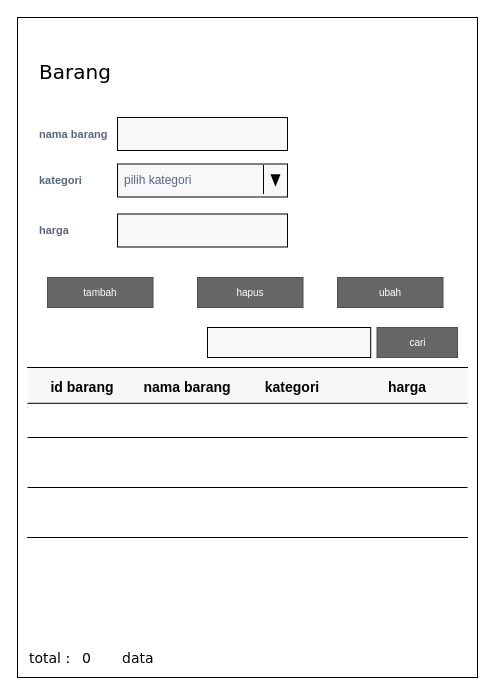
The draw.io diagram diagram/rancangan_layar/master_barang.drawio in mqnoy/kakapeh, before the edit. Source tidied: cells renumbered, new cells numbered last; positions are measured from the earlier drawing's top-left corner, leaving out a move shared by most shapes. Both pictures are drawn from the tidied source at 100%, with x=0, y=0 at pixel (17, 17).
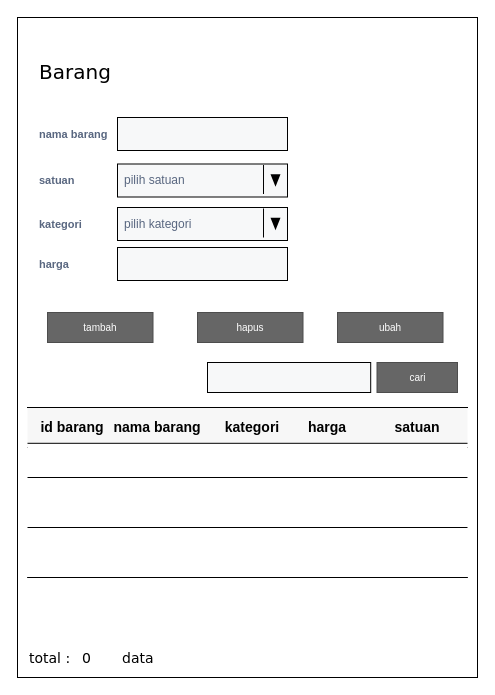
The same diagram, later.

Unchanged cells that the change refers to:
```xml
<mxCell id="5" style="html=1;shadow=0;dashed=0;shape=mxgraph.bootstrap.horLines;strokeColor=inherit;fillColor=#000000;fillOpacity=3;" parent="4" vertex="1">
  <mxGeometry width="440" height="40" relative="1" as="geometry" />
</mxCell>
```

The edit, as a diff of the source:
```diff
@@
     <mxCell id="4" style="shape=partialRectangle;right=0;left=0;strokeColor=#000000;fillColor=#ffffff;whiteSpace=wrap;" parent="1" vertex="1">
-      <mxGeometry x="10" y="350" width="440" height="170" as="geometry" />
+      <mxGeometry x="10" y="390" width="440" height="170" as="geometry" />
     </mxCell>
@@
     <mxCell id="6" value="id barang" style="html=1;shadow=0;dashed=0;shape=mxgraph.bootstrap.rect;strokeColor=none;fillColor=none;fontSize=14;fontStyle=1;align=center;whiteSpace=wrap;" parent="5" vertex="1">
-      <mxGeometry width="90" height="40" relative="1" as="geometry">
+      <mxGeometry width="70" height="40" relative="1" as="geometry">
         <mxPoint x="10" as="offset" />
       </mxGeometry>
     </mxCell>
     <mxCell id="7" value="nama barang" style="html=1;shadow=0;dashed=0;shape=mxgraph.bootstrap.rect;strokeColor=none;fillColor=none;fontSize=14;fontStyle=1;align=center;whiteSpace=wrap;" parent="5" vertex="1">
       <mxGeometry width="100" height="40" relative="1" as="geometry">
-        <mxPoint x="110" as="offset" />
+        <mxPoint x="80" as="offset" />
       </mxGeometry>
     </mxCell>
     <mxCell id="8" value="kategori" style="html=1;shadow=0;dashed=0;shape=mxgraph.bootstrap.rect;strokeColor=none;fillColor=none;fontSize=14;fontStyle=1;align=center;whiteSpace=wrap;" parent="5" vertex="1">
       <mxGeometry width="90" height="40" relative="1" as="geometry">
-        <mxPoint x="220" as="offset" />
+        <mxPoint x="180" as="offset" />
       </mxGeometry>
     </mxCell>
     <mxCell id="9" value="harga" style="html=1;shadow=0;dashed=0;shape=mxgraph.bootstrap.rect;strokeColor=none;fillColor=none;fontSize=14;fontStyle=1;align=center;whiteSpace=wrap;" parent="5" vertex="1">
-      <mxGeometry width="120" height="40" relative="1" as="geometry">
-        <mxPoint x="320" as="offset" />
+      <mxGeometry width="80" height="40" relative="1" as="geometry">
+        <mxPoint x="260" as="offset" />
       </mxGeometry>
     </mxCell>
+    <mxCell id="33" value="satuan" style="html=1;shadow=0;dashed=0;shape=mxgraph.bootstrap.rect;strokeColor=none;fillColor=none;fontSize=14;fontStyle=1;align=center;whiteSpace=wrap;" parent="5" vertex="1">
+      <mxGeometry width="100" height="40" relative="1" as="geometry">
+        <mxPoint x="340" as="offset" />
+      </mxGeometry>
+    </mxCell>
@@
     <mxCell id="15" style="group;" parent="1" vertex="1">
-      <mxGeometry x="20" y="196.5" width="250" height="33" as="geometry" />
+      <mxGeometry x="20" y="230" width="250" height="33" as="geometry" />
     </mxCell>
@@
-    <mxCell id="18" value="kategori" style="fillColor=none;strokeColor=none;html=1;fontSize=11;fontStyle=0;align=left;fontColor=#596780;fontStyle=1;fontSize=11;comic=0;" parent="1" vertex="1">
-      <mxGeometry x="20" y="153" width="70" height="20" as="geometry" />
-    </mxCell>
-    <mxCell id="19" style="group;" parent="1" vertex="1">
-      <mxGeometry x="100" y="146.5" width="170" height="33" as="geometry" />
-    </mxCell>
-    <mxCell id="20" value="pilih kategori" style="rounded=0;arcSize=9;fillColor=#F7F8F9;align=left;spacingLeft=5;strokeColor=#000000;html=1;strokeWidth=1;fontColor=#596780;fontSize=12;comic=0;" parent="19" vertex="1">
-      <mxGeometry width="170" height="33" as="geometry" />
-    </mxCell>
-    <mxCell id="21" style="shape=triangle;direction=south;strokeColor=none;fillColor=#000000;" parent="19" vertex="1">
-      <mxGeometry x="153" y="10.2" width="10" height="12.5" as="geometry">
-        <mxPoint x="-25" y="-2.5" as="offset" />
-      </mxGeometry>
-    </mxCell>
-    <mxCell id="22" style="endArrow=none;html=1;entryX=0.859;entryY=0.03;entryDx=0;entryDy=0;entryPerimeter=0;" parent="19" edge="1" target="20">
-      <mxGeometry relative="1" as="geometry">
-        <mxPoint x="146" y="30" as="sourcePoint" />
-      </mxGeometry>
-    </mxCell>
     <mxCell id="23" value="tambah" style="rounded=0;html=1;shadow=0;dashed=0;whiteSpace=wrap;fontSize=10;fillColor=#666666;align=center;strokeColor=#4D4D4D;fontColor=#ffffff;comic=0;" parent="1" vertex="1">
-      <mxGeometry x="30" y="260" width="105.5" height="30" as="geometry" />
+      <mxGeometry x="30" y="295" width="105.5" height="30" as="geometry" />
     </mxCell>
     <mxCell id="24" value="hapus" style="rounded=0;html=1;shadow=0;dashed=0;whiteSpace=wrap;fontSize=10;fillColor=#666666;align=center;strokeColor=#4D4D4D;fontColor=#ffffff;comic=0;" parent="1" vertex="1">
-      <mxGeometry x="180" y="260" width="105.5" height="30" as="geometry" />
+      <mxGeometry x="180" y="295" width="105.5" height="30" as="geometry" />
     </mxCell>
     <mxCell id="25" value="ubah" style="rounded=0;html=1;shadow=0;dashed=0;whiteSpace=wrap;fontSize=10;fillColor=#666666;align=center;strokeColor=#4D4D4D;fontColor=#ffffff;comic=0;" parent="1" vertex="1">
-      <mxGeometry x="320" y="260" width="105.5" height="30" as="geometry" />
+      <mxGeometry x="320" y="295" width="105.5" height="30" as="geometry" />
     </mxCell>
@@
     <mxCell id="30" style="group;" parent="1" vertex="1">
-      <mxGeometry x="190" y="310" width="250" height="30" as="geometry" />
+      <mxGeometry x="190" y="345" width="250" height="30" as="geometry" />
     </mxCell>
@@
+    <mxCell id="34" style="group;" parent="1" vertex="1">
+      <mxGeometry x="20" y="146.5" width="250" height="33" as="geometry" />
+    </mxCell>
+    <mxCell id="18" value="satuan" style="fillColor=none;strokeColor=none;html=1;fontSize=11;fontStyle=0;align=left;fontColor=#596780;fontStyle=1;fontSize=11;comic=0;" parent="34" vertex="1">
+      <mxGeometry y="6.5" width="70" height="20" as="geometry" />
+    </mxCell>
+    <mxCell id="19" style="group;" parent="34" vertex="1">
+      <mxGeometry x="80" width="170" height="33" as="geometry" />
+    </mxCell>
+    <mxCell id="20" value="pilih satuan" style="rounded=0;arcSize=9;fillColor=#F7F8F9;align=left;spacingLeft=5;strokeColor=#000000;html=1;strokeWidth=1;fontColor=#596780;fontSize=12;comic=0;" parent="19" vertex="1">
+      <mxGeometry width="170" height="33" as="geometry" />
+    </mxCell>
+    <mxCell id="21" style="shape=triangle;direction=south;strokeColor=none;fillColor=#000000;" parent="19" vertex="1">
+      <mxGeometry x="153" y="10.2" width="10" height="12.5" as="geometry">
+        <mxPoint x="-25" y="-2.5" as="offset" />
+      </mxGeometry>
+    </mxCell>
+    <mxCell id="22" style="endArrow=none;html=1;entryX=0.859;entryY=0.03;entryDx=0;entryDy=0;entryPerimeter=0;" parent="19" edge="1" target="20">
+      <mxGeometry relative="1" as="geometry">
+        <mxPoint x="146" y="30" as="sourcePoint" />
+      </mxGeometry>
+    </mxCell>
+    <mxCell id="35" style="group;" parent="1" vertex="1">
+      <mxGeometry x="20" y="190" width="250" height="33" as="geometry" />
+    </mxCell>
+    <mxCell id="36" value="kategori" style="fillColor=none;strokeColor=none;html=1;fontSize=11;fontStyle=0;align=left;fontColor=#596780;fontStyle=1;fontSize=11;comic=0;" parent="35" vertex="1">
+      <mxGeometry y="6.5" width="70" height="20" as="geometry" />
+    </mxCell>
+    <mxCell id="37" style="group;" parent="35" vertex="1">
+      <mxGeometry x="80" width="170" height="33" as="geometry" />
+    </mxCell>
+    <mxCell id="38" value="pilih kategori" style="rounded=0;arcSize=9;fillColor=#F7F8F9;align=left;spacingLeft=5;strokeColor=#000000;html=1;strokeWidth=1;fontColor=#596780;fontSize=12;comic=0;" parent="37" vertex="1">
+      <mxGeometry width="170" height="33" as="geometry" />
+    </mxCell>
+    <mxCell id="39" style="shape=triangle;direction=south;strokeColor=none;fillColor=#000000;" parent="37" vertex="1">
+      <mxGeometry x="153" y="10.2" width="10" height="12.5" as="geometry">
+        <mxPoint x="-25" y="-2.5" as="offset" />
+      </mxGeometry>
+    </mxCell>
+    <mxCell id="40" style="endArrow=none;html=1;entryX=0.859;entryY=0.03;entryDx=0;entryDy=0;entryPerimeter=0;" parent="37" edge="1" target="38">
+      <mxGeometry relative="1" as="geometry">
+        <mxPoint x="146" y="30" as="sourcePoint" />
+      </mxGeometry>
+    </mxCell>
```
